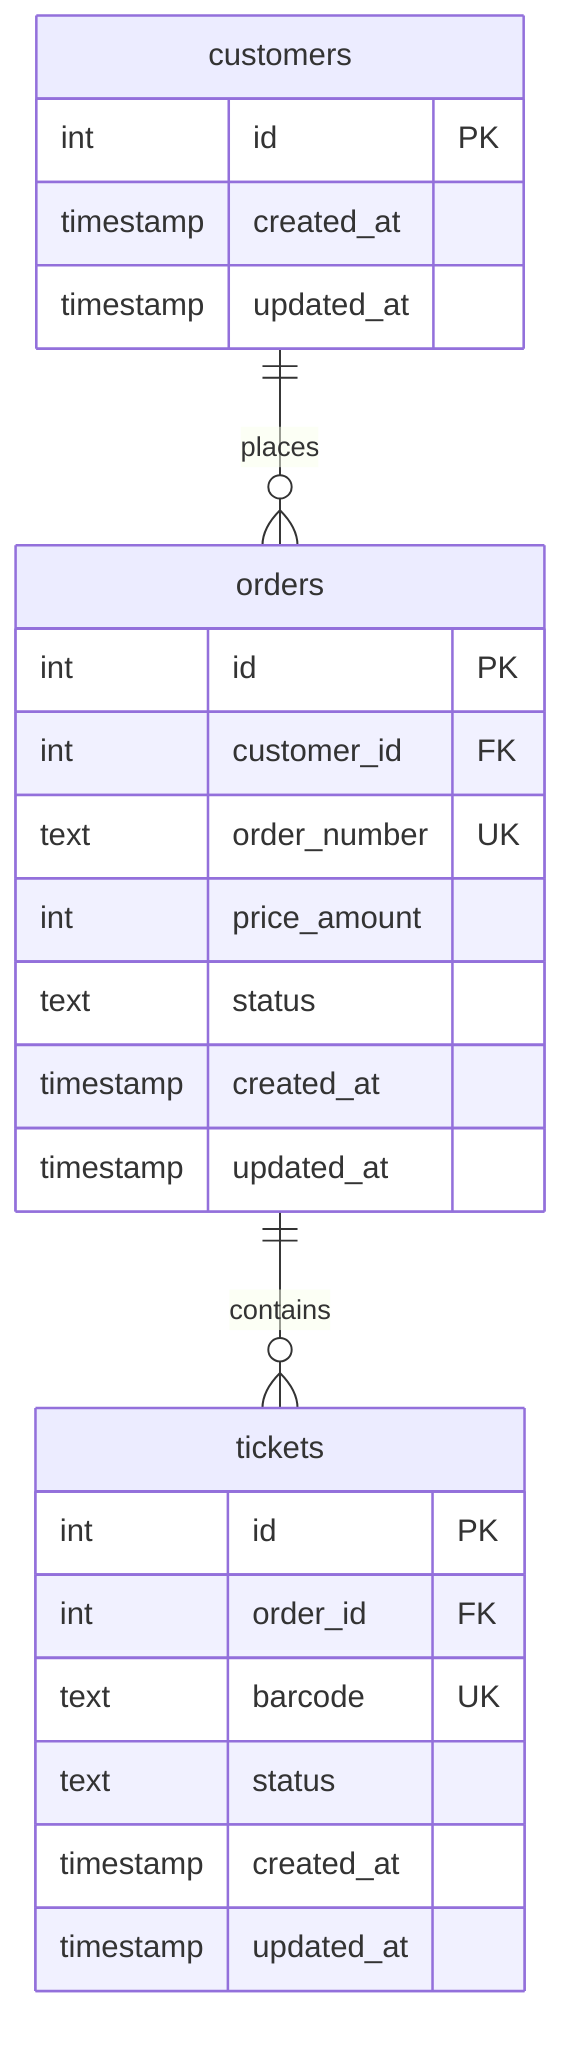
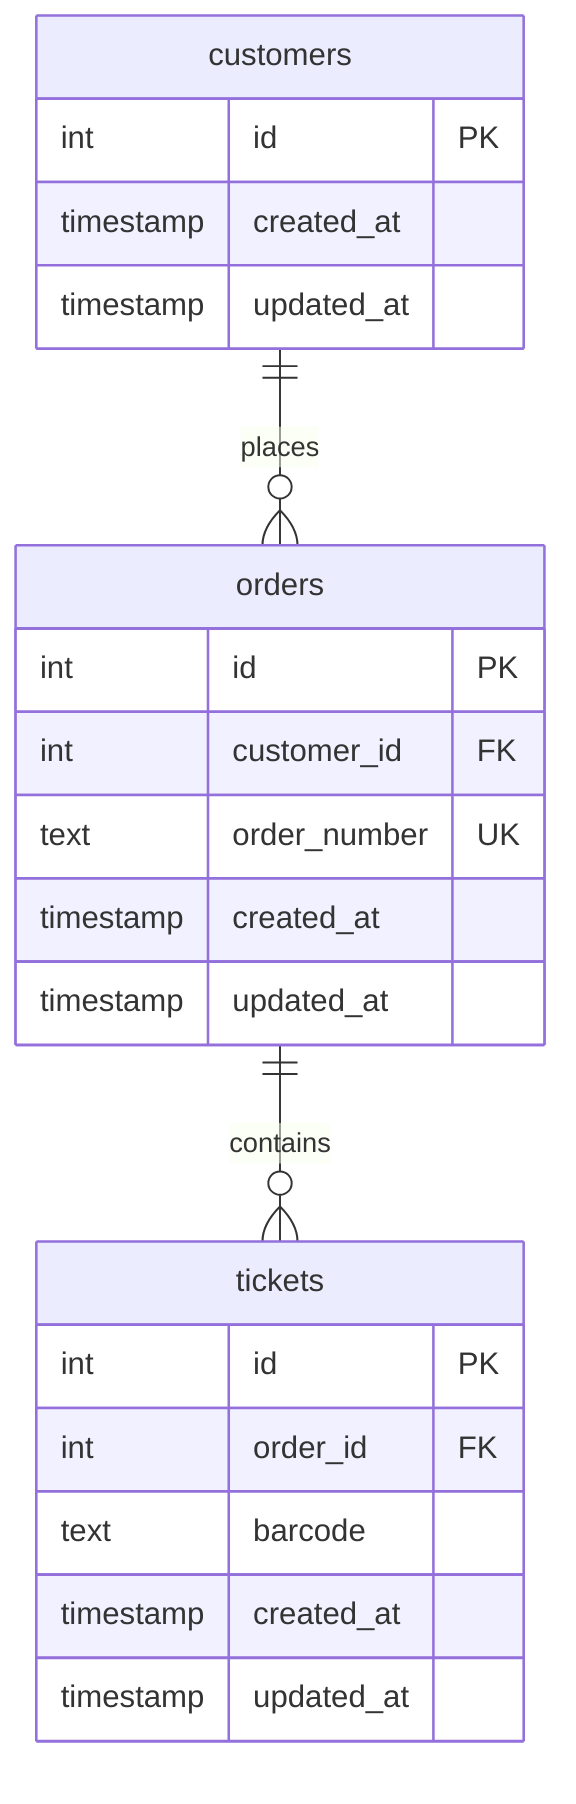
erDiagram
    customers {
        int id PK
        timestamp created_at
        timestamp updated_at
    }

    orders {
        int id PK
        int customer_id FK
        text order_number UK
-         int price_amount
-         text status
        timestamp created_at
        timestamp updated_at
    }

    tickets {
        int id PK
        int order_id FK
-         text barcode UK
-         text status
+         text barcode
        timestamp created_at
        timestamp updated_at
    }

    customers ||--o{ orders : "places"
    orders ||--o{ tickets : "contains"
